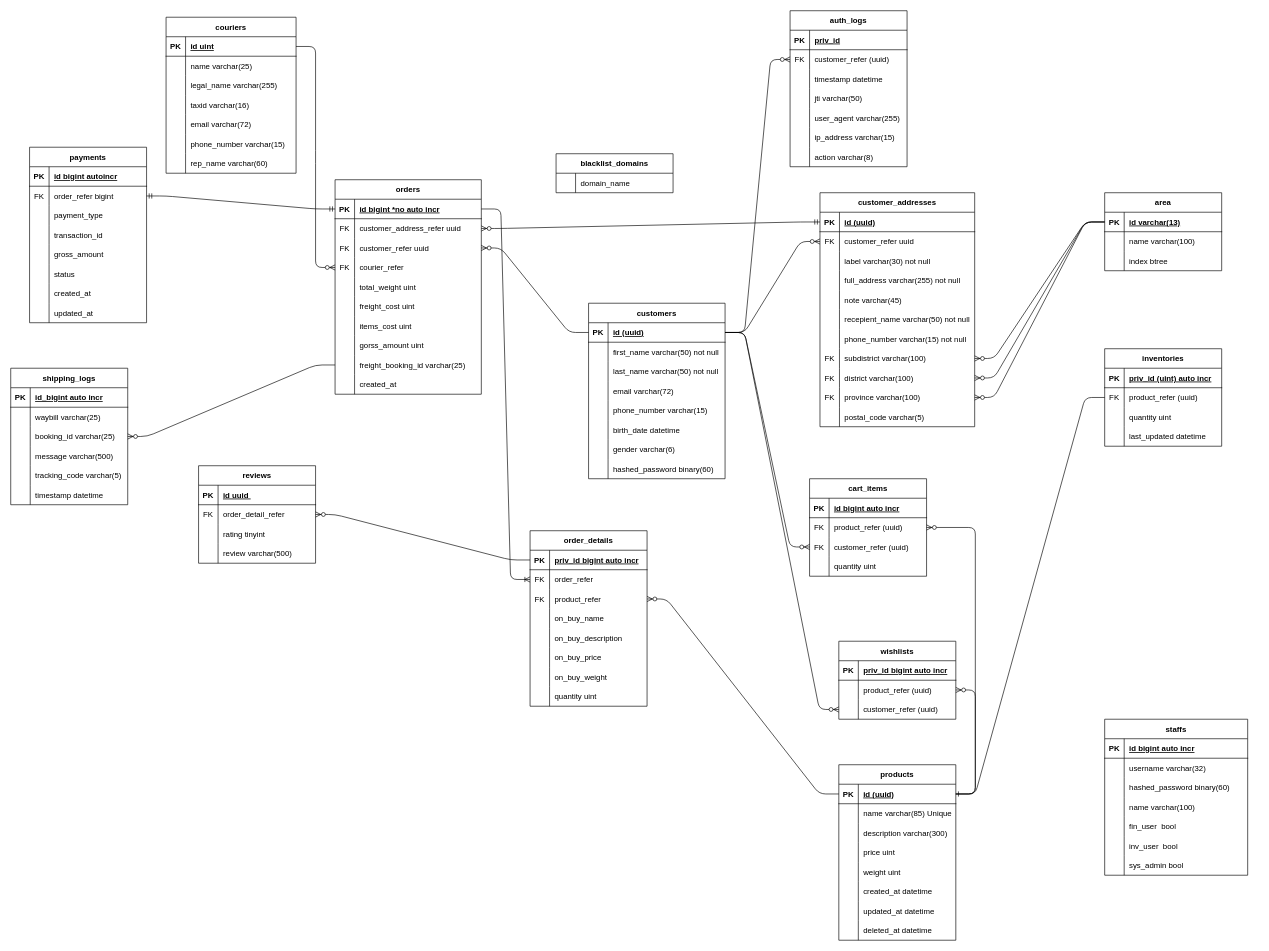
This is resources/oltp-schema.drawio from Tus1688/openmerce-backend, a draw.io file, before an edit. Source tidied: cells renumbered, new cells numbered last; positions are measured from the earlier drawing's top-left corner, leaving out a move shared by most shapes. Both pictures are drawn from the tidied source at 65%, with x=0, y=0 at pixel (10, 10).
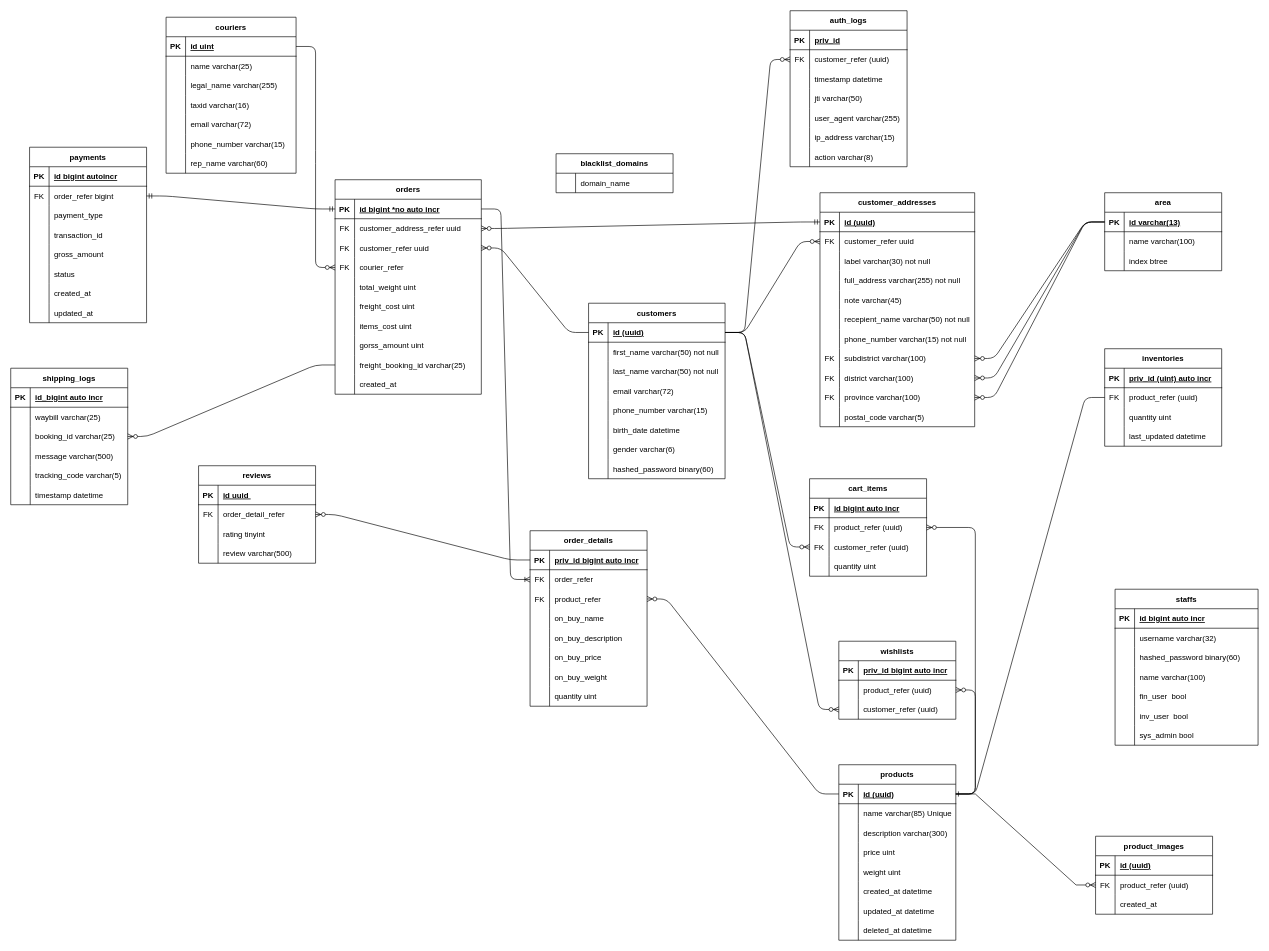
Above is the later version.

Commit message (it also covers changes not shown here):
feat(admin/console): delete staff feat(resources): add product_images table

The change refers to these unchanged cells:
```xml
<mxCell id="76" style="shape=tableRow;horizontal=0;startSize=0;swimlaneHead=0;swimlaneBody=0;fillColor=none;points=[[0,0.5],[1,0.5]];portConstraint=eastwest;top=0;left=0;right=0;bottom=1;" parent="75" vertex="1">
  <mxGeometry y="30" width="180" height="30" as="geometry" />
</mxCell>
```

Diff of the diagram source:
```diff
@@
     <mxCell id="311" value="staffs" style="shape=table;startSize=30;childLayout=tableLayout;rowLines=0;fontStyle=1;align=center;" parent="1" vertex="1">
-      <mxGeometry x="1683" y="1090" width="220" height="240" as="geometry" />
+      <mxGeometry x="1699" y="890" width="220" height="240" as="geometry" />
     </mxCell>
@@
+    <mxCell id="333" value="product_images" style="shape=table;startSize=30;childLayout=tableLayout;rowLines=0;fontStyle=1;align=center;" parent="1" vertex="1">
+      <mxGeometry x="1669" y="1270" width="180" height="120" as="geometry" />
+    </mxCell>
+    <mxCell id="334" style="shape=tableRow;horizontal=0;startSize=0;swimlaneHead=0;swimlaneBody=0;fillColor=none;top=0;left=0;right=0;bottom=1;" parent="333" vertex="1">
+      <mxGeometry y="30" width="180" height="30" as="geometry" />
+    </mxCell>
+    <mxCell id="335" value="PK" style="shape=partialRectangle;fillColor=none;top=0;left=0;bottom=0;right=0;fontStyle=1;overflow=hidden;" parent="334" vertex="1">
+      <mxGeometry width="30" height="30" as="geometry" />
+    </mxCell>
+    <mxCell id="336" value="id (uuid)" style="shape=partialRectangle;fillColor=none;top=0;left=0;bottom=0;right=0;align=left;spacingLeft=6;fontStyle=5;overflow=hidden;" parent="334" vertex="1">
+      <mxGeometry x="30" width="150" height="30" as="geometry" />
+    </mxCell>
+    <mxCell id="337" style="shape=tableRow;horizontal=0;startSize=0;swimlaneHead=0;swimlaneBody=0;fillColor=none;points=[[0,0.5],[1,0.5]];portConstraint=eastwest;top=0;left=0;right=0;bottom=0;" parent="333" vertex="1">
+      <mxGeometry y="60" width="180" height="30" as="geometry" />
+    </mxCell>
+    <mxCell id="338" value="FK" style="shape=partialRectangle;fillColor=none;top=0;left=0;bottom=0;right=0;overflow=hidden;" parent="337" vertex="1">
+      <mxGeometry width="30" height="30" as="geometry" />
+    </mxCell>
+    <mxCell id="339" value="product_refer (uuid)" style="shape=partialRectangle;fillColor=none;top=0;left=0;bottom=0;right=0;align=left;spacingLeft=6;overflow=hidden;" parent="337" vertex="1">
+      <mxGeometry x="30" width="150" height="30" as="geometry" />
+    </mxCell>
+    <mxCell id="340" style="shape=tableRow;horizontal=0;startSize=0;swimlaneHead=0;swimlaneBody=0;fillColor=none;top=0;left=0;right=0;bottom=0;" parent="333" vertex="1">
+      <mxGeometry y="90" width="180" height="30" as="geometry" />
+    </mxCell>
+    <mxCell id="341" style="shape=partialRectangle;fillColor=none;top=0;left=0;bottom=0;right=0;overflow=hidden;" parent="340" vertex="1">
+      <mxGeometry width="30" height="30" as="geometry" />
+    </mxCell>
+    <mxCell id="342" value="created_at" style="shape=partialRectangle;fillColor=none;top=0;left=0;bottom=0;right=0;align=left;spacingLeft=6;overflow=hidden;" parent="340" vertex="1">
+      <mxGeometry x="30" width="150" height="30" as="geometry" />
+    </mxCell>
+    <mxCell id="343" style="edgeStyle=entityRelationEdgeStyle;fontSize=12;html=1;endArrow=ERzeroToMany;endFill=1;rounded=0;exitX=1;exitY=0.5;exitDx=0;exitDy=0;entryX=0;entryY=0.5;entryDx=0;entryDy=0;" parent="1" edge="1" source="76" target="337">
+      <mxGeometry relative="1" as="geometry" />
+    </mxCell>
```
